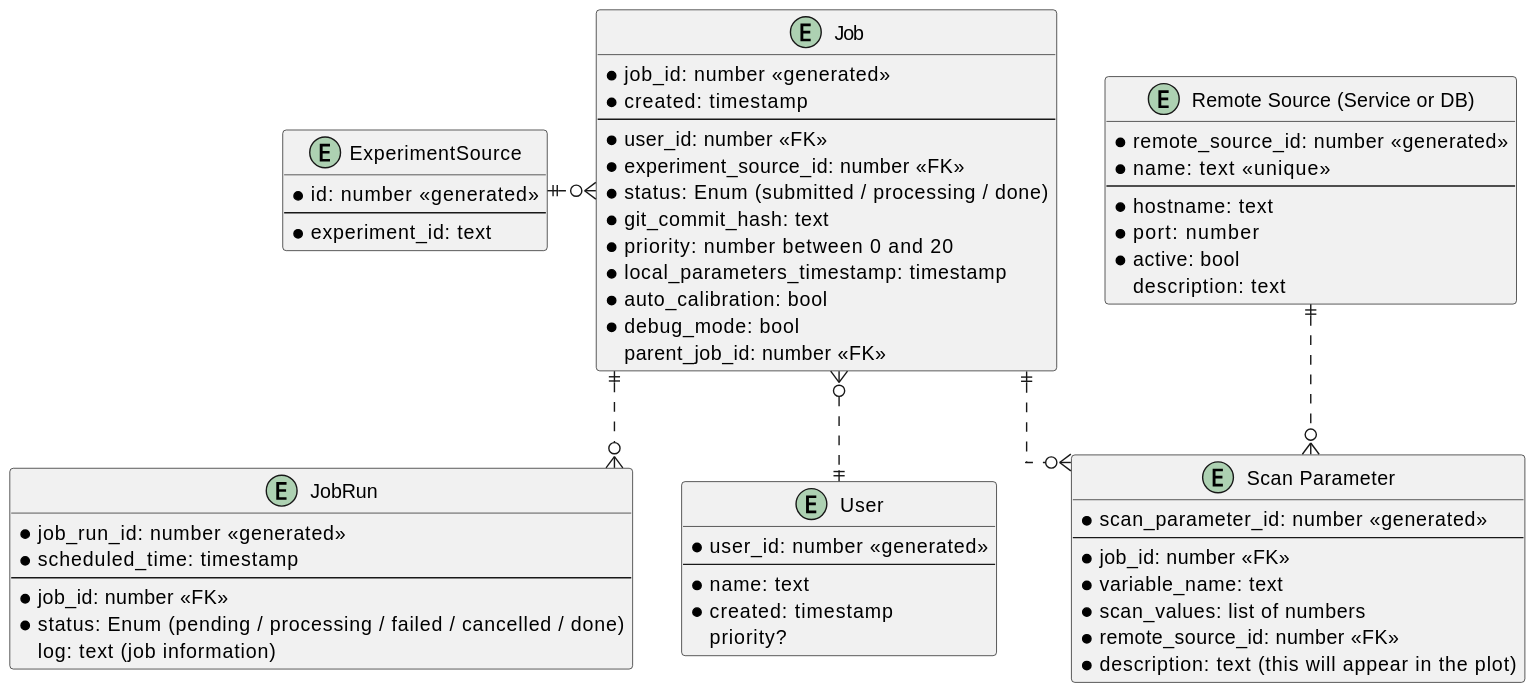
Earlier version of the PlantUML export docs/plantuml_diagrams/sqlite_ER.svg (tiqi-group/icon).
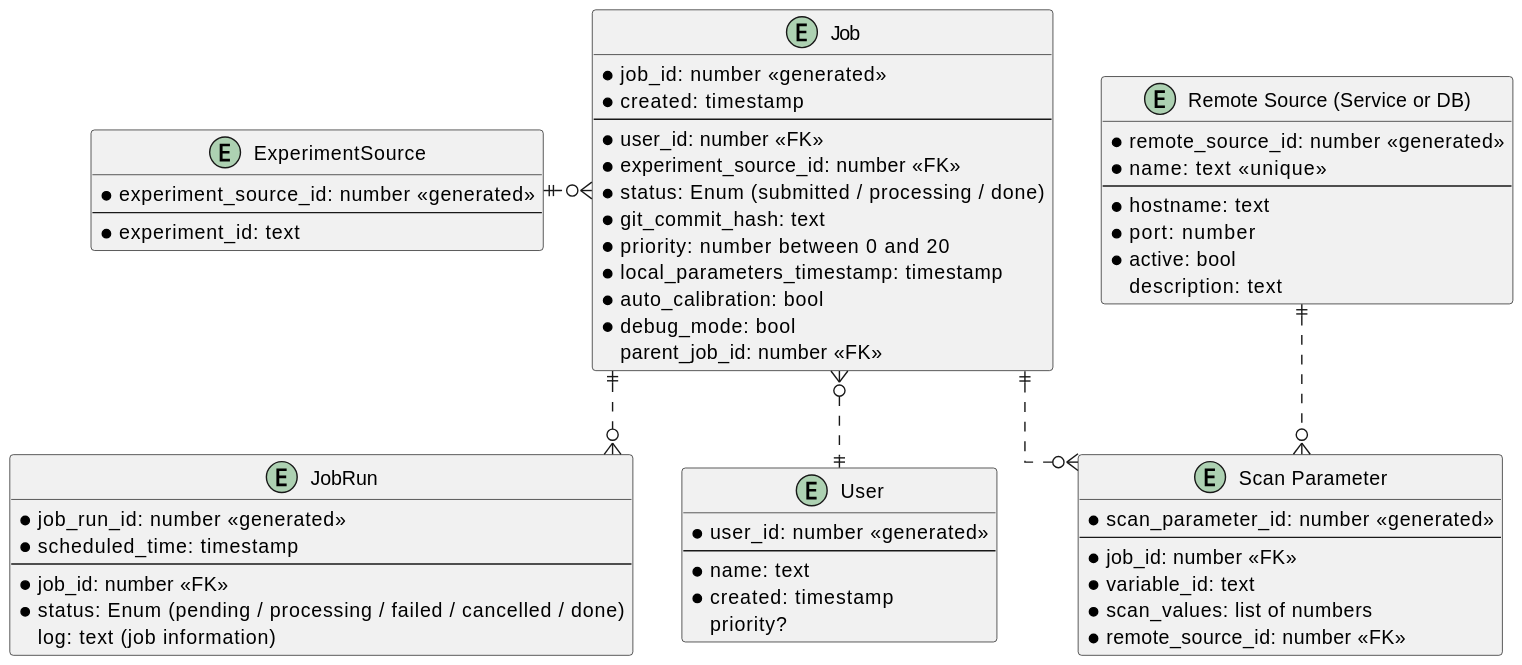
The same diagram one commit later.

Diff of the diagram source:
```diff
@@ -2,7 +2,7 @@
 skinparam linetype ortho
 
 entity "ExperimentSource" as experiment {
-    *id: number <<generated>>
+    *experiment_source_id: number <<generated>>
     ---
     *experiment_id: text
 }
@@ -43,10 +43,9 @@
     *scan_parameter_id: number <<generated>>
     --
     *job_id: number <<FK>>
-    *variable_name: text
+    *variable_id: text
     *scan_values: list of numbers
     *remote_source_id: number <<FK>>
-    *description: text (this will appear in the plot)
 }
 
 entity "Remote Source (Service or DB)" as remote {
```
